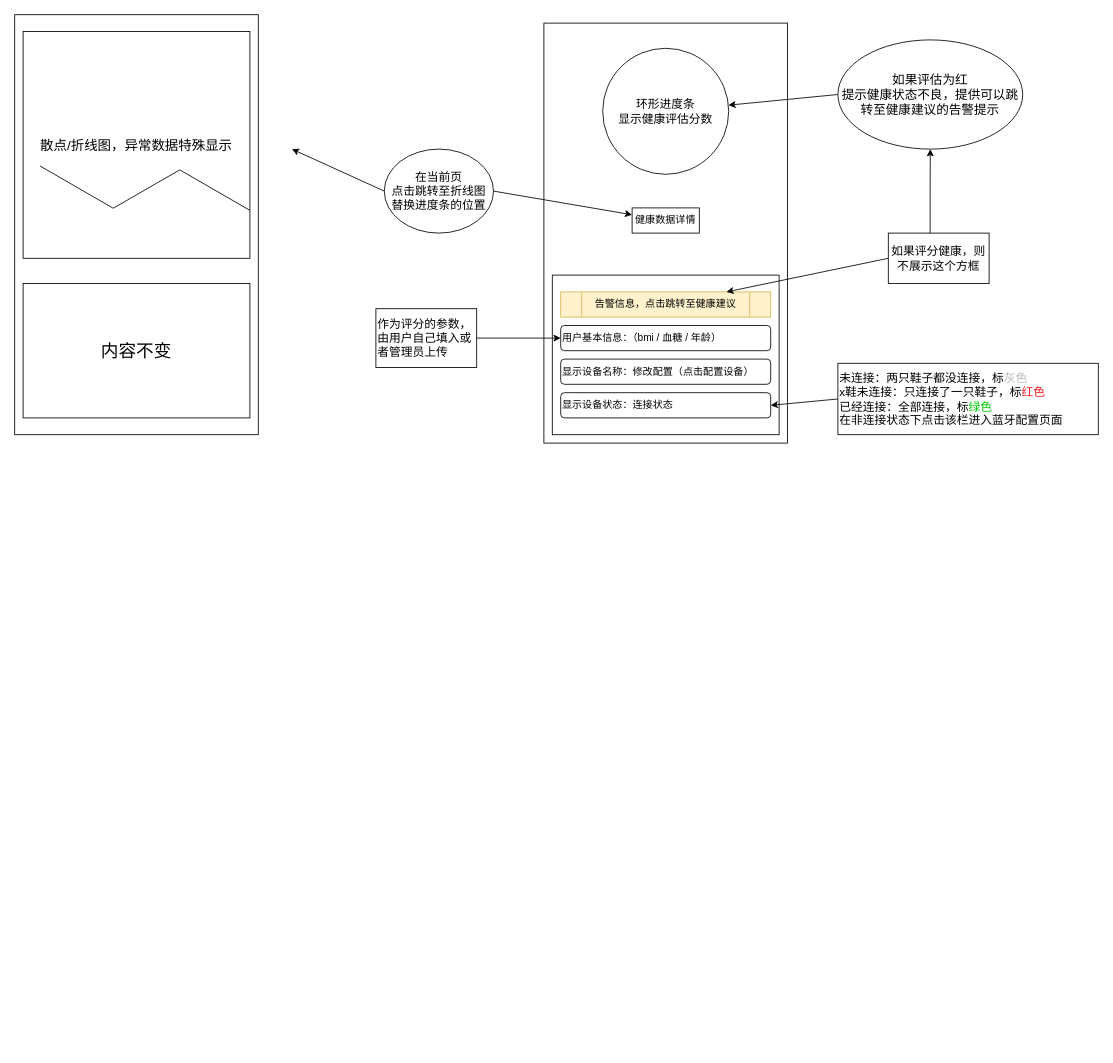
Earlier version of the draw.io diagram 毕设草稿.drawio (4may-mcx/Blog). Source tidied: cells renumbered, new cells numbered last; positions are measured from the earlier drawing's top-left corner, leaving out a move shared by most shapes. Both pictures are drawn from the tidied source at 84%, with x=0, y=0 at pixel (14, 14).
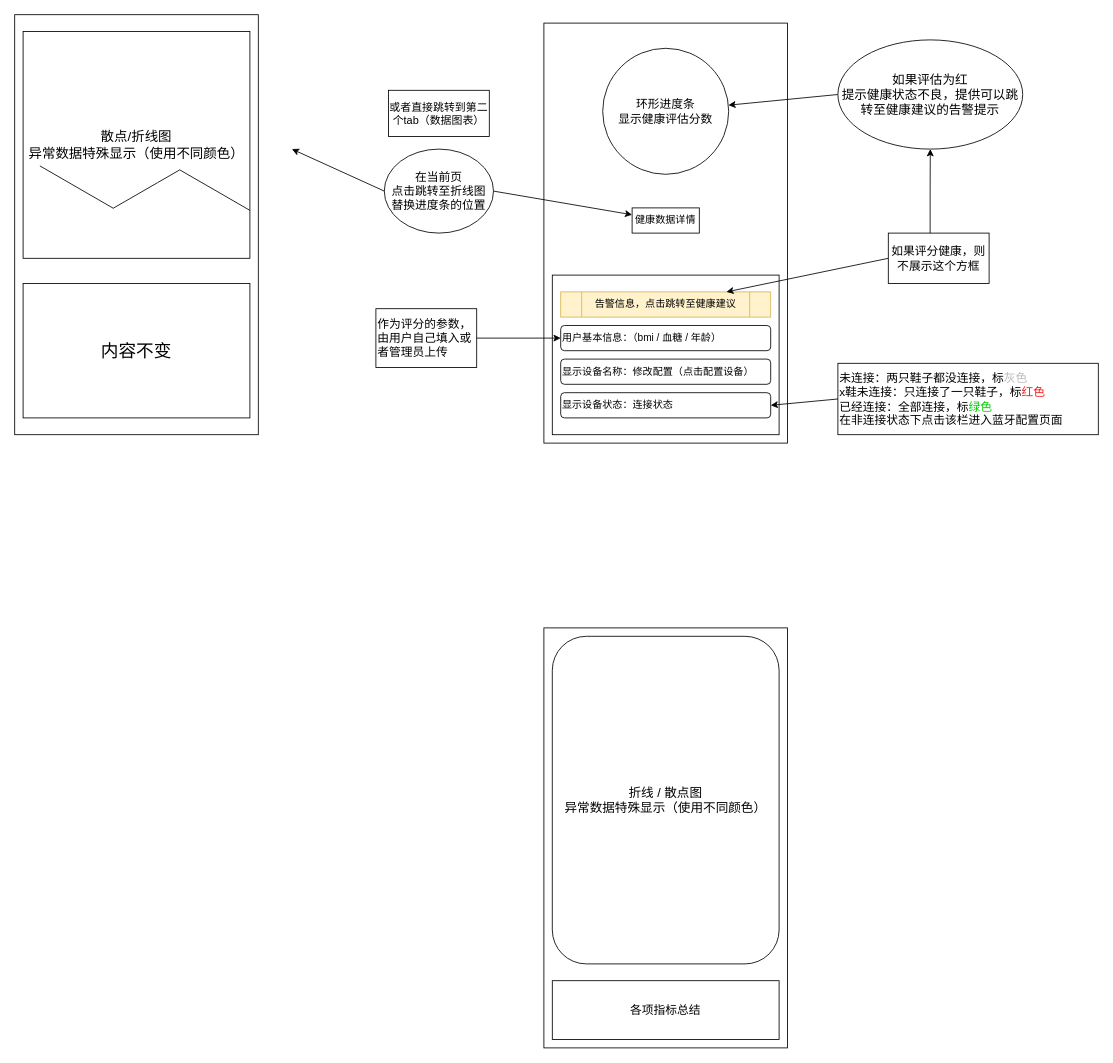
The same diagram, later.

Commit message:
更新毕设草稿.drawio

The edit, as a diff of the source:
```diff
@@
-    <mxCell id="24" value="&lt;font style=&quot;font-size: 16px;&quot;&gt;散点/折线图，异常数据特殊显示&lt;/font&gt;" style="rounded=0;whiteSpace=wrap;html=1;" parent="1" vertex="1">
+    <mxCell id="24" value="&lt;font style=&quot;font-size: 16px;&quot;&gt;散点/折线图&lt;br&gt;异常数据特殊显示（使用不同颜色）&lt;/font&gt;" style="rounded=0;whiteSpace=wrap;html=1;" parent="1" vertex="1">
       <mxGeometry x="10" y="20" width="270" height="270" as="geometry" />
     </mxCell>
@@
+    <mxCell id="26" style="rounded=0;whiteSpace=wrap;html=1;" parent="1" vertex="1">
+      <mxGeometry x="630" y="730" width="290" height="500" as="geometry" />
+    </mxCell>
+    <mxCell id="27" value="&lt;font style=&quot;font-size: 13px;&quot;&gt;或者直接跳转到第二个tab（数据图表）&lt;/font&gt;" style="rounded=0;whiteSpace=wrap;html=1;" parent="1" vertex="1">
+      <mxGeometry x="445" y="90" width="120" height="55" as="geometry" />
+    </mxCell>
+    <mxCell id="28" value="&lt;font style=&quot;font-size: 15px;&quot;&gt;折线 / 散点图&lt;br&gt;异常数据特殊显示（使用不同颜色）&lt;br&gt;&lt;/font&gt;" style="rounded=1;whiteSpace=wrap;html=1;" parent="1" vertex="1">
+      <mxGeometry x="640" y="740" width="270" height="390" as="geometry" />
+    </mxCell>
+    <mxCell id="29" value="&lt;font style=&quot;font-size: 14px;&quot;&gt;各项指标总结&lt;/font&gt;" style="rounded=0;whiteSpace=wrap;html=1;" parent="1" vertex="1">
+      <mxGeometry x="640" y="1150" width="270" height="70" as="geometry" />
+    </mxCell>
```
